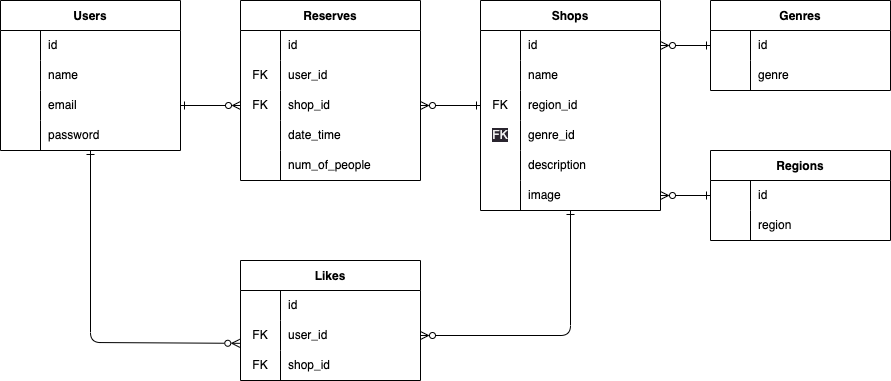
Earlier version of the draw.io export index.drawio.png (cedrictarou/rese-app). Source tidied: cells renumbered, new cells last; positions are measured from the earlier drawing's top-left corner, leaving out a move shared by most shapes.
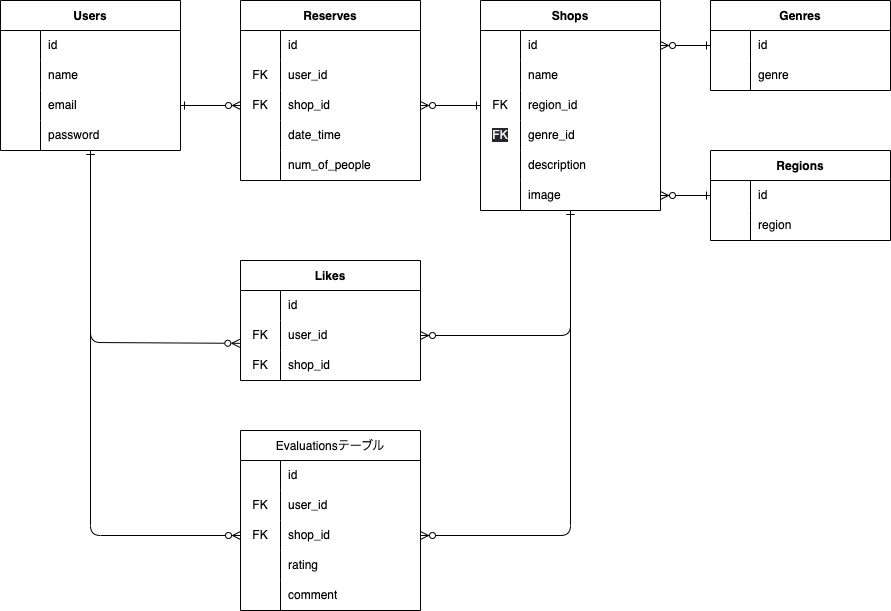
The same file after the commit.

What changed in the source:
```diff
@@ -9,6 +9,13 @@
         </Array>
       </mxGeometry>
     </mxCell>
+    <mxCell id="80" style="edgeStyle=none;html=1;entryX=0;entryY=0.5;entryDx=0;entryDy=0;startArrow=ERone;startFill=0;endArrow=ERzeroToMany;endFill=0;" parent="1" edge="1" source="3" target="89">
+      <mxGeometry relative="1" as="geometry">
+        <Array as="points">
+          <mxPoint x="90" y="535" />
+        </Array>
+      </mxGeometry>
+    </mxCell>
     <mxCell id="3" value="Users" style="shape=table;startSize=30;rowLines=0;fontStyle=1;" parent="1" vertex="1">
       <mxGeometry width="180" height="150" as="geometry" />
     </mxCell>
@@ -55,6 +62,13 @@
         </Array>
       </mxGeometry>
     </mxCell>
+    <mxCell id="81" style="edgeStyle=none;html=1;entryX=1;entryY=0.5;entryDx=0;entryDy=0;endArrow=ERzeroToMany;endFill=0;startArrow=ERone;startFill=0;" parent="1" edge="1" source="17" target="89">
+      <mxGeometry relative="1" as="geometry">
+        <Array as="points">
+          <mxPoint x="570" y="535" />
+        </Array>
+      </mxGeometry>
+    </mxCell>
     <mxCell id="17" value="Shops" style="shape=table;startSize=30;rowLines=0;fontStyle=1;" parent="1" vertex="1">
       <mxGeometry x="480" width="180" height="210" as="geometry" />
     </mxCell>
@@ -244,5 +258,53 @@
     <mxCell id="79" value="genre" style="shape=partialRectangle;html=1;whiteSpace=wrap;fillColor=none;top=0;left=0;bottom=0;right=0;align=left;spacingLeft=6;overflow=hidden;" parent="77" vertex="1">
       <mxGeometry x="40" width="140" height="30" as="geometry" />
     </mxCell>
+    <mxCell id="82" value="Evaluationsテーブル" style="shape=table;startSize=30;rowLines=0;fontStyle=0;" parent="1" vertex="1">
+      <mxGeometry x="240" y="430" width="180" height="180" as="geometry" />
+    </mxCell>
+    <mxCell id="83" style="shape=tableRow;horizontal=0;startSize=0;swimlaneHead=0;swimlaneBody=0;top=0;left=0;bottom=0;right=0;fillColor=none;" parent="82" vertex="1">
+      <mxGeometry y="30" width="180" height="30" as="geometry" />
+    </mxCell>
+    <mxCell id="84" style="shape=partialRectangle;html=1;whiteSpace=wrap;fillColor=none;top=0;left=0;bottom=0;right=0;overflow=hidden;" parent="83" vertex="1">
+      <mxGeometry width="40" height="30" as="geometry" />
+    </mxCell>
+    <mxCell id="85" value="id" style="shape=partialRectangle;html=1;whiteSpace=wrap;fillColor=none;top=0;left=0;bottom=0;right=0;align=left;spacingLeft=6;overflow=hidden;" parent="83" vertex="1">
+      <mxGeometry x="40" width="140" height="30" as="geometry" />
+    </mxCell>
+    <mxCell id="86" style="shape=tableRow;horizontal=0;startSize=0;swimlaneHead=0;swimlaneBody=0;top=0;left=0;bottom=0;right=0;fillColor=none;" parent="82" vertex="1">
+      <mxGeometry y="60" width="180" height="30" as="geometry" />
+    </mxCell>
+    <mxCell id="87" value="FK" style="shape=partialRectangle;html=1;whiteSpace=wrap;fillColor=none;top=0;left=0;bottom=0;right=0;overflow=hidden;" parent="86" vertex="1">
+      <mxGeometry width="40" height="30" as="geometry" />
+    </mxCell>
+    <mxCell id="88" value="user_id" style="shape=partialRectangle;html=1;whiteSpace=wrap;fillColor=none;top=0;left=0;bottom=0;right=0;align=left;spacingLeft=6;overflow=hidden;" parent="86" vertex="1">
+      <mxGeometry x="40" width="140" height="30" as="geometry" />
+    </mxCell>
+    <mxCell id="89" style="shape=tableRow;horizontal=0;startSize=0;swimlaneHead=0;swimlaneBody=0;top=0;left=0;bottom=0;right=0;fillColor=none;points=[[0,0.5],[1,0.5]];portConstraint=eastwest;" parent="82" vertex="1">
+      <mxGeometry y="90" width="180" height="30" as="geometry" />
+    </mxCell>
+    <mxCell id="90" value="FK" style="shape=partialRectangle;html=1;whiteSpace=wrap;fillColor=none;top=0;left=0;bottom=0;right=0;overflow=hidden;" parent="89" vertex="1">
+      <mxGeometry width="40" height="30" as="geometry" />
+    </mxCell>
+    <mxCell id="91" value="shop_id" style="shape=partialRectangle;html=1;whiteSpace=wrap;fillColor=none;top=0;left=0;bottom=0;right=0;align=left;spacingLeft=6;overflow=hidden;" parent="89" vertex="1">
+      <mxGeometry x="40" width="140" height="30" as="geometry" />
+    </mxCell>
+    <mxCell id="92" style="shape=tableRow;horizontal=0;startSize=0;swimlaneHead=0;swimlaneBody=0;top=0;left=0;bottom=0;right=0;fillColor=none;" parent="82" vertex="1">
+      <mxGeometry y="120" width="180" height="30" as="geometry" />
+    </mxCell>
+    <mxCell id="93" style="shape=partialRectangle;html=1;whiteSpace=wrap;fillColor=none;top=0;left=0;bottom=0;right=0;overflow=hidden;" parent="92" vertex="1">
+      <mxGeometry width="40" height="30" as="geometry" />
+    </mxCell>
+    <mxCell id="94" value="rating" style="shape=partialRectangle;html=1;whiteSpace=wrap;fillColor=none;top=0;left=0;bottom=0;right=0;align=left;spacingLeft=6;overflow=hidden;" parent="92" vertex="1">
+      <mxGeometry x="40" width="140" height="30" as="geometry" />
+    </mxCell>
+    <mxCell id="95" style="shape=tableRow;horizontal=0;startSize=0;swimlaneHead=0;swimlaneBody=0;top=0;left=0;bottom=0;right=0;fillColor=none;" parent="82" vertex="1">
+      <mxGeometry y="150" width="180" height="30" as="geometry" />
+    </mxCell>
+    <mxCell id="96" style="shape=partialRectangle;html=1;whiteSpace=wrap;fillColor=none;top=0;left=0;bottom=0;right=0;overflow=hidden;" parent="95" vertex="1">
+      <mxGeometry width="40" height="30" as="geometry" />
+    </mxCell>
+    <mxCell id="97" value="comment" style="shape=partialRectangle;html=1;whiteSpace=wrap;fillColor=none;top=0;left=0;bottom=0;right=0;align=left;spacingLeft=6;overflow=hidden;" parent="95" vertex="1">
+      <mxGeometry x="40" width="140" height="30" as="geometry" />
+    </mxCell>
   </root>
 </mxGraphModel>
```
